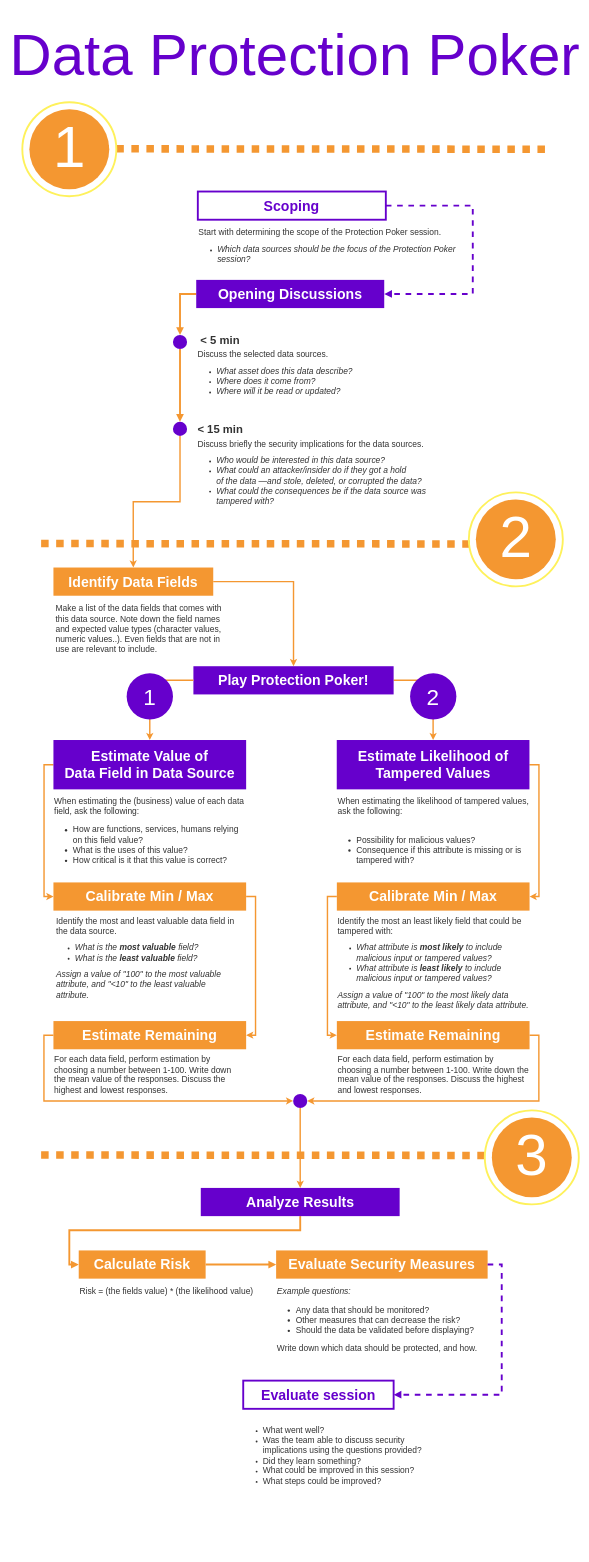
Earlier version of the draw.io diagram page "Protection Poker" (1 of 3) of protection_poker.drawio (gullskatten/BPMN-models). Source tidied: cells renumbered, new cells numbered last; positions are measured from the earlier drawing's top-left corner, leaving out a move shared by most shapes. Both pictures are drawn from the tidied source at 47%, with x=0, y=0 at pixel (8, 8).
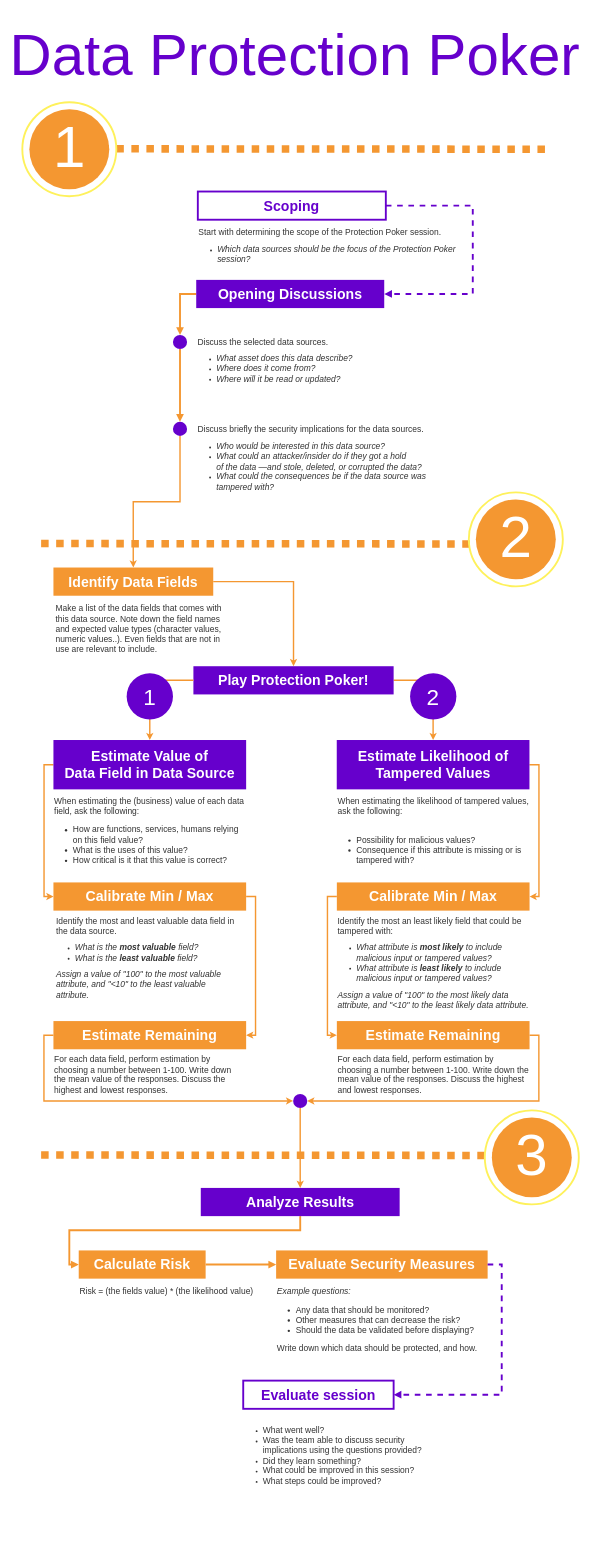
The same page after the edit.

What changed in the source:
```diff
@@
     <mxCell id="7" value="&lt;div&gt;&lt;span style=&quot;font-size: 18px&quot;&gt;Discuss the selected data sources.&amp;nbsp;&lt;/span&gt;&lt;/div&gt;&lt;div&gt;&lt;ul&gt;&lt;li&gt;&lt;span style=&quot;font-size: 18px ; font-style: italic&quot;&gt;What asset does this data describe?&lt;/span&gt;&lt;/li&gt;&lt;li&gt;&lt;span style=&quot;font-size: 18px ; font-style: italic&quot;&gt;Where does it come from?&lt;/span&gt;&lt;/li&gt;&lt;li&gt;&lt;span style=&quot;font-size: 18px ; font-style: italic&quot;&gt;Where will it be read or updated?&lt;/span&gt;&lt;/li&gt;&lt;/ul&gt;&lt;/div&gt;" style="text;spacingTop=-5;fillColor=#ffffff;whiteSpace=wrap;html=1;align=left;fontSize=14;fontFamily=Helvetica;fillColor=none;strokeColor=none;rounded=0;shadow=0;dashed=0;fontColor=#333333;" parent="1" vertex="1">
-      <mxGeometry x="400.5" y="725" width="535" height="120" as="geometry" />
+      <mxGeometry x="400.5" y="698" width="535" height="120" as="geometry" />
     </mxCell>
@@
-    <mxCell id="10" value="&lt;font style=&quot;font-size: 24px&quot;&gt;&amp;lt; 5 min&lt;/font&gt;" style="text;spacingTop=-5;fillColor=#ffffff;whiteSpace=wrap;html=1;align=center;fontSize=24;fontFamily=Helvetica;fillColor=none;strokeColor=none;rounded=0;shadow=0;dashed=0;fontColor=#333333;verticalAlign=top;fontStyle=1;" parent="1" vertex="1">
-      <mxGeometry x="400.5" y="690" width="100" height="35" as="geometry" />
-    </mxCell>
     <mxCell id="11" value="&lt;div&gt;&lt;span style=&quot;font-size: 18px&quot;&gt;Discuss briefly the security implications for the data sources.&amp;nbsp;&lt;/span&gt;&lt;/div&gt;&lt;div&gt;&lt;ul&gt;&lt;li&gt;&lt;span style=&quot;font-size: 18px&quot;&gt;&lt;i&gt;Who would be interested in this data source?&lt;/i&gt;&lt;/span&gt;&lt;/li&gt;&lt;li&gt;&lt;span style=&quot;font-size: 18px&quot;&gt;&lt;i&gt;What could an attacker/insider do if they got a hold&lt;br&gt;of the data —and stole, deleted, or corrupted the data?&lt;br&gt;&lt;/i&gt;&lt;/span&gt;&lt;/li&gt;&lt;li&gt;&lt;span style=&quot;font-size: 18px&quot;&gt;&lt;i&gt;What could the consequences be if the data source was tampered with?&lt;/i&gt;&lt;/span&gt;&lt;/li&gt;&lt;/ul&gt;&lt;/div&gt;" style="text;spacingTop=-5;fillColor=#ffffff;whiteSpace=wrap;html=1;align=left;fontSize=14;fontFamily=Helvetica;fillColor=none;strokeColor=none;rounded=0;shadow=0;dashed=0;fontColor=#333333;" parent="1" vertex="1">
-      <mxGeometry x="400.5" y="915" width="520" height="165" as="geometry" />
+      <mxGeometry x="400.5" y="885" width="520" height="165" as="geometry" />
     </mxCell>
-    <mxCell id="12" value="&lt;font style=&quot;font-size: 24px&quot;&gt;&amp;lt; 15 min&lt;/font&gt;" style="text;spacingTop=-5;fillColor=#ffffff;whiteSpace=wrap;html=1;align=left;fontSize=24;fontFamily=Helvetica;fillColor=none;strokeColor=none;rounded=0;shadow=0;dashed=0;fontColor=#333333;verticalAlign=top;fontStyle=1;" parent="1" vertex="1">
-      <mxGeometry x="400.5" y="880" width="170" height="35" as="geometry" />
-    </mxCell>
```
